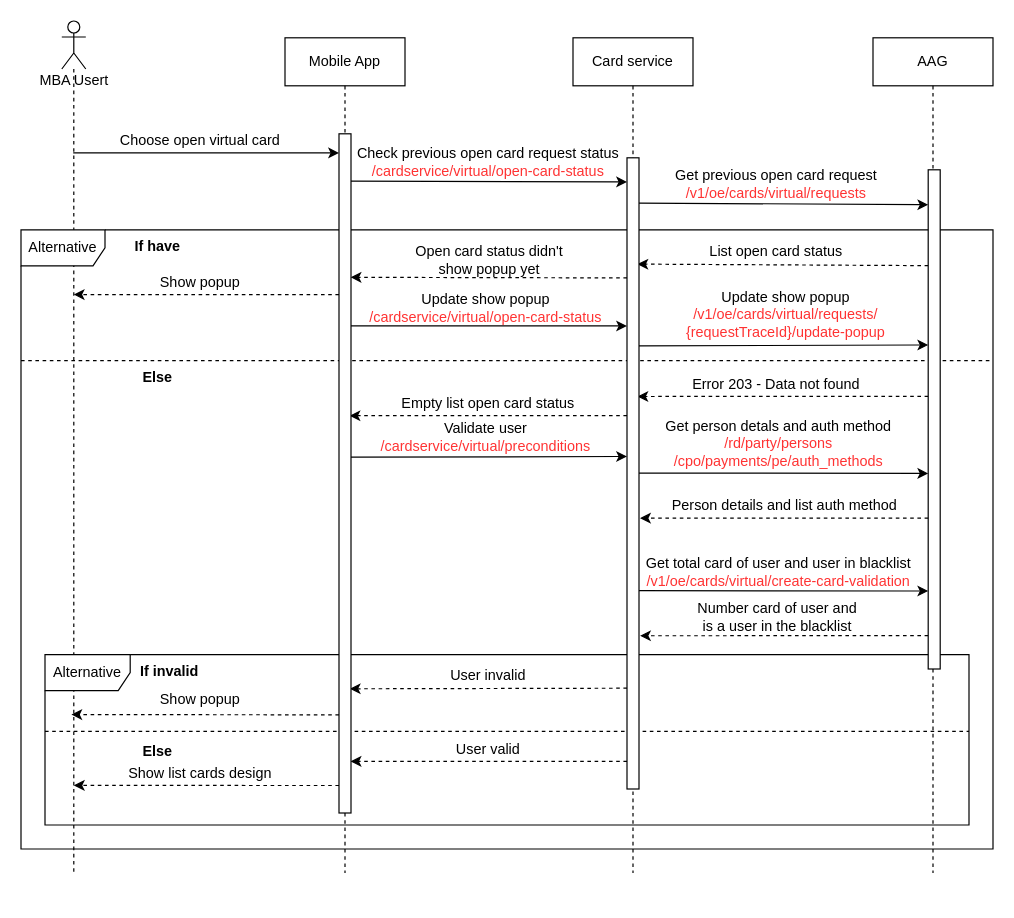
lyminh1994/diagram keeps this draw.io diagram as page "Open-card" (2 of 15) of Sequence Diagram.drawio. Above is the earlier version. Source tidied: cells renumbered, new cells numbered last; positions are measured from the earlier drawing's top-left corner, leaving out a move shared by most shapes. Both pictures are drawn from the tidied source at 120%, with x=0, y=0 at pixel (20, 20).
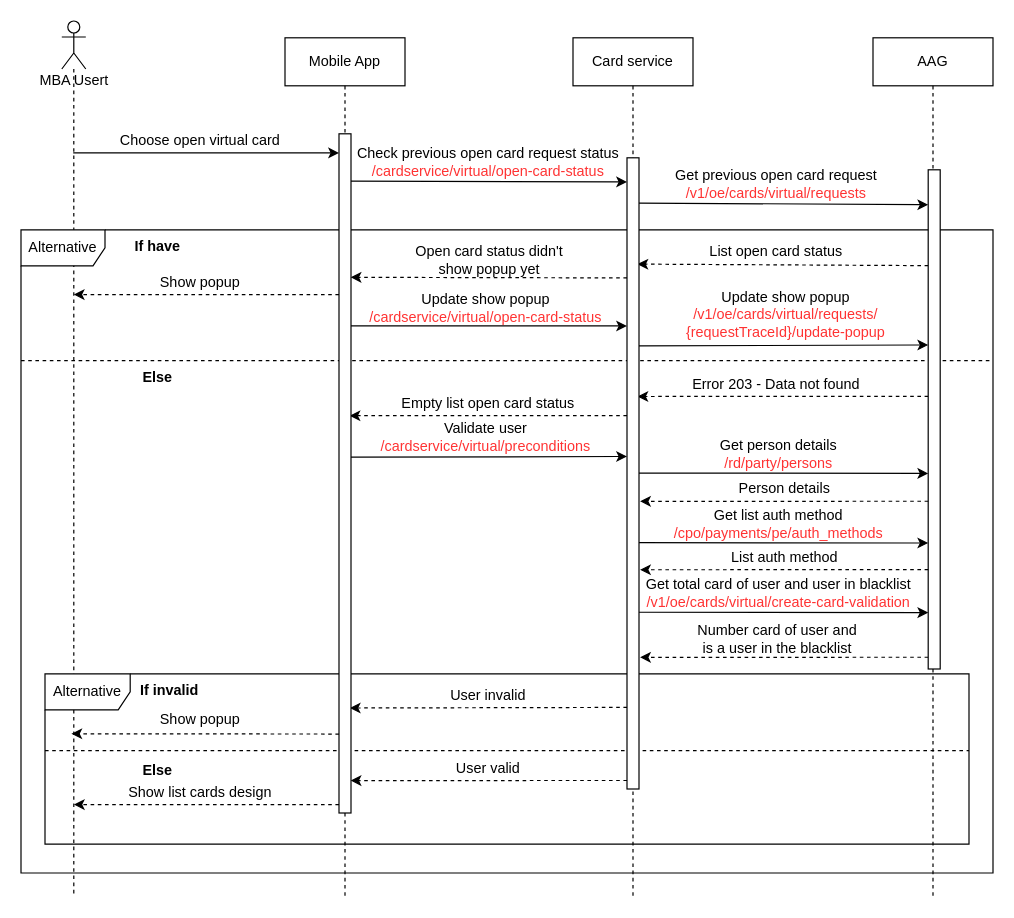
Above is the later version.

Change to the diagram source:
```diff
@@
     <mxCell id="3" value="MBA Usert" style="shape=umlLifeline;participant=umlActor;perimeter=lifelinePerimeter;html=1;verticalAlign=top;spacingTop=36;strokeColor=#000000;strokeWidth=1;fillColor=none;size=40;" parent="1" vertex="1">
-      <mxGeometry x="34" width="20" height="710" as="geometry" />
+      <mxGeometry x="34" width="20" height="730" as="geometry" />
     </mxCell>
     <mxCell id="4" value="&lt;span&gt;Mobile App&lt;/span&gt;" style="shape=umlLifeline;perimeter=lifelinePerimeter;whiteSpace=wrap;html=1;rounded=0;shadow=0;strokeColor=#000000;strokeWidth=1;fillColor=none;verticalAlign=middle;" parent="1" vertex="1">
-      <mxGeometry x="220" y="14" width="100" height="696" as="geometry" />
+      <mxGeometry x="220" y="14" width="100" height="716" as="geometry" />
     </mxCell>
     <mxCell id="5" value="&lt;span&gt;Card service&lt;/span&gt;" style="shape=umlLifeline;perimeter=lifelinePerimeter;whiteSpace=wrap;html=1;rounded=0;shadow=0;strokeColor=#000000;strokeWidth=1;fillColor=none;verticalAlign=middle;" parent="1" vertex="1">
-      <mxGeometry x="460" y="14" width="100" height="696" as="geometry" />
+      <mxGeometry x="460" y="14" width="100" height="716" as="geometry" />
     </mxCell>
     <mxCell id="6" value="AAG" style="shape=umlLifeline;perimeter=lifelinePerimeter;whiteSpace=wrap;html=1;" parent="1" vertex="1">
-      <mxGeometry x="710" y="14" width="100" height="696" as="geometry" />
+      <mxGeometry x="710" y="14" width="100" height="716" as="geometry" />
     </mxCell>
     <mxCell id="7" value="Alternative" style="shape=umlFrame;whiteSpace=wrap;html=1;fontSize=12;verticalAlign=middle;width=70;height=30;" parent="1" vertex="1">
-      <mxGeometry y="174" width="810" height="516" as="geometry" />
+      <mxGeometry y="174" width="810" height="536" as="geometry" />
     </mxCell>
     <mxCell id="8" value="Alternative" style="shape=umlFrame;whiteSpace=wrap;html=1;fontSize=12;verticalAlign=middle;width=71;height=30;" parent="1" vertex="1">
-      <mxGeometry x="20" y="528" width="770" height="142" as="geometry" />
+      <mxGeometry x="20" y="544" width="770" height="142" as="geometry" />
     </mxCell>
@@
     <mxCell id="10" style="line;strokeWidth=1;fillColor=none;align=left;verticalAlign=middle;spacingTop=-1;spacingLeft=3;spacingRight=3;labelPosition=right;fontSize=12;dashed=1;" parent="1" vertex="1">
-      <mxGeometry x="20" y="588" width="770" height="8" as="geometry" />
+      <mxGeometry x="20" y="604" width="770" height="8" as="geometry" />
     </mxCell>
@@
     <mxCell id="13" value="Get total card of user and user in blacklist&lt;br&gt;&lt;font color=&quot;#ff3333&quot;&gt;/v1/oe/cards/virtual/create-card-validation&lt;/font&gt;" style="text;html=1;align=center;verticalAlign=middle;strokeColor=none;fontSize=12;" parent="1" vertex="1">
-      <mxGeometry x="511" y="444" width="240" height="30" as="geometry" />
+      <mxGeometry x="511" y="462" width="240" height="30" as="geometry" />
     </mxCell>
     <mxCell id="14" value="Number card of user and &lt;br&gt;is a user in the blacklist" style="text;html=1;align=center;verticalAlign=middle;strokeColor=none;fontSize=12;" parent="1" vertex="1">
-      <mxGeometry x="555" y="482" width="150" height="30" as="geometry" />
+      <mxGeometry x="555" y="500" width="150" height="30" as="geometry" />
     </mxCell>
     <mxCell id="15" value="User invalid" style="text;html=1;align=center;verticalAlign=middle;strokeColor=none;fontSize=12;" parent="1" vertex="1">
-      <mxGeometry x="349.4" y="536" width="80" height="20" as="geometry" />
+      <mxGeometry x="349.4" y="552" width="80" height="20" as="geometry" />
     </mxCell>
     <mxCell id="16" value="Show popup" style="text;html=1;align=center;verticalAlign=middle;strokeColor=none;fontSize=12;" parent="1" vertex="1">
-      <mxGeometry x="109" y="556" width="80" height="20" as="geometry" />
+      <mxGeometry x="109" y="572" width="80" height="20" as="geometry" />
     </mxCell>
     <mxCell id="17" value="Show list cards design" style="text;html=1;align=center;verticalAlign=middle;strokeColor=none;fontSize=12;" parent="1" vertex="1">
-      <mxGeometry x="84" y="617" width="130" height="20" as="geometry" />
+      <mxGeometry x="84" y="633" width="130" height="20" as="geometry" />
     </mxCell>
@@
     <mxCell id="23" value="User valid" style="text;html=1;align=center;verticalAlign=middle;strokeColor=none;fontSize=12;" parent="1" vertex="1">
-      <mxGeometry x="354.4" y="597" width="70" height="20" as="geometry" />
+      <mxGeometry x="354.4" y="613" width="70" height="20" as="geometry" />
     </mxCell>
@@
     <mxCell id="27" style="edgeStyle=none;rounded=0;orthogonalLoop=1;jettySize=auto;html=1;entryX=0.028;entryY=0.25;entryDx=0;entryDy=0;entryPerimeter=0;dashed=1;fontSize=12;exitX=0;exitY=0.655;exitDx=0;exitDy=0;exitPerimeter=0;" parent="1" edge="1">
       <mxGeometry relative="1" as="geometry">
-        <mxPoint x="265" y="578.2" as="sourcePoint" />
-        <mxPoint x="42" y="578" as="targetPoint" />
+        <mxPoint x="265" y="594.2" as="sourcePoint" />
+        <mxPoint x="42" y="594" as="targetPoint" />
       </mxGeometry>
     </mxCell>
     <mxCell id="28" style="edgeStyle=none;rounded=0;orthogonalLoop=1;jettySize=auto;html=1;entryX=0.028;entryY=0.95;entryDx=0;entryDy=0;entryPerimeter=0;dashed=1;fontSize=12;exitX=0;exitY=0.761;exitDx=0;exitDy=0;exitPerimeter=0;" parent="1" edge="1">
       <mxGeometry relative="1" as="geometry">
-        <mxPoint x="265" y="637.1" as="sourcePoint" />
-        <mxPoint x="44.1" y="637" as="targetPoint" />
+        <mxPoint x="265" y="653.1" as="sourcePoint" />
+        <mxPoint x="44.1" y="653" as="targetPoint" />
       </mxGeometry>
     </mxCell>
@@
     <mxCell id="32" style="edgeStyle=none;rounded=0;orthogonalLoop=1;jettySize=auto;html=1;entryX=0;entryY=0.526;entryDx=0;entryDy=0;entryPerimeter=0;fontSize=12;" parent="1" edge="1">
       <mxGeometry relative="1" as="geometry">
-        <mxPoint x="515" y="474.7" as="sourcePoint" />
-        <mxPoint x="756" y="475" as="targetPoint" />
+        <mxPoint x="515" y="492.7" as="sourcePoint" />
+        <mxPoint x="756" y="493" as="targetPoint" />
       </mxGeometry>
     </mxCell>
     <mxCell id="33" style="edgeStyle=none;rounded=0;orthogonalLoop=1;jettySize=auto;html=1;entryX=0.9;entryY=0.403;entryDx=0;entryDy=0;entryPerimeter=0;dashed=1;fontSize=12;exitX=0;exitY=0.624;exitDx=0;exitDy=0;exitPerimeter=0;" parent="1" edge="1">
       <mxGeometry relative="1" as="geometry">
-        <mxPoint x="505" y="556" as="sourcePoint" />
-        <mxPoint x="274" y="556.5" as="targetPoint" />
+        <mxPoint x="505" y="572" as="sourcePoint" />
+        <mxPoint x="274" y="572.5" as="targetPoint" />
       </mxGeometry>
     </mxCell>
     <mxCell id="34" style="edgeStyle=none;rounded=0;orthogonalLoop=1;jettySize=auto;html=1;entryX=0.971;entryY=0.475;entryDx=0;entryDy=0;entryPerimeter=0;dashed=1;fontSize=12;exitX=0;exitY=0.742;exitDx=0;exitDy=0;exitPerimeter=0;" parent="1" edge="1">
       <mxGeometry relative="1" as="geometry">
-        <mxPoint x="505" y="616.9" as="sourcePoint" />
-        <mxPoint x="274.7" y="617" as="targetPoint" />
+        <mxPoint x="505" y="632.9" as="sourcePoint" />
+        <mxPoint x="274.7" y="633" as="targetPoint" />
       </mxGeometry>
     </mxCell>
     <mxCell id="35" style="edgeStyle=none;rounded=0;orthogonalLoop=1;jettySize=auto;html=1;entryX=1.086;entryY=0.293;entryDx=0;entryDy=0;entryPerimeter=0;fontSize=12;dashed=1;exitX=0;exitY=0.573;exitDx=0;exitDy=0;exitPerimeter=0;" parent="1" edge="1">
       <mxGeometry relative="1" as="geometry">
-        <mxPoint x="756" y="512.2" as="sourcePoint" />
-        <mxPoint x="515.9" y="512.3" as="targetPoint" />
+        <mxPoint x="756" y="530.2" as="sourcePoint" />
+        <mxPoint x="515.9" y="530.3" as="targetPoint" />
       </mxGeometry>
     </mxCell>
@@
     <mxCell id="39" value="If invalid" style="text;align=center;fontStyle=1;verticalAlign=middle;spacingLeft=3;spacingRight=3;strokeColor=none;dashed=1;fontSize=12;" parent="1" vertex="1">
-      <mxGeometry x="84" y="528" width="80" height="26" as="geometry" />
+      <mxGeometry x="84" y="544" width="80" height="26" as="geometry" />
     </mxCell>
     <mxCell id="40" value="Else" style="text;align=center;fontStyle=1;verticalAlign=middle;spacingLeft=3;spacingRight=3;strokeColor=none;dashed=1;fontSize=12;" parent="1" vertex="1">
-      <mxGeometry x="74" y="595" width="80" height="26" as="geometry" />
+      <mxGeometry x="74" y="611" width="80" height="26" as="geometry" />
     </mxCell>
@@
-    <mxCell id="47" value="Get person detals and auth method&lt;br&gt;&lt;font color=&quot;#ff3333&quot;&gt;/rd/party/persons&lt;br&gt;/cpo/payments/pe/auth_methods&lt;/font&gt;" style="text;html=1;align=center;verticalAlign=middle;strokeColor=none;fontSize=12;" parent="1" vertex="1">
-      <mxGeometry x="531" y="327" width="200" height="50" as="geometry" />
+    <mxCell id="47" value="Get person details&lt;br&gt;&lt;font color=&quot;#ff3333&quot;&gt;/rd/party/persons&lt;br&gt;&lt;/font&gt;" style="text;html=1;align=center;verticalAlign=middle;strokeColor=none;fontSize=12;" parent="1" vertex="1">
+      <mxGeometry x="576" y="346" width="110" height="30" as="geometry" />
     </mxCell>
-    <mxCell id="48" value="Person details and list auth method" style="text;html=1;align=center;verticalAlign=middle;strokeColor=none;fontSize=12;" parent="1" vertex="1">
-      <mxGeometry x="536" y="394" width="200" height="20" as="geometry" />
+    <mxCell id="48" value="Person details" style="text;html=1;align=center;verticalAlign=middle;strokeColor=none;fontSize=12;" parent="1" vertex="1">
+      <mxGeometry x="591" y="380" width="90" height="20" as="geometry" />
     </mxCell>
@@
     <mxCell id="50" style="edgeStyle=none;rounded=0;orthogonalLoop=1;jettySize=auto;html=1;entryX=1.086;entryY=0.293;entryDx=0;entryDy=0;entryPerimeter=0;fontSize=12;dashed=1;exitX=0;exitY=0.573;exitDx=0;exitDy=0;exitPerimeter=0;" parent="1" edge="1">
       <mxGeometry relative="1" as="geometry">
-        <mxPoint x="756" y="414.2" as="sourcePoint" />
-        <mxPoint x="515.9" y="414.3" as="targetPoint" />
+        <mxPoint x="756" y="400.2" as="sourcePoint" />
+        <mxPoint x="515.9" y="400.3" as="targetPoint" />
       </mxGeometry>
     </mxCell>
@@
+    <mxCell id="55" value="Get list auth method&lt;br&gt;&lt;font color=&quot;#ff3333&quot;&gt;/cpo/payments/pe/auth_methods&lt;/font&gt;" style="text;html=1;align=center;verticalAlign=middle;strokeColor=none;fontSize=12;" parent="1" vertex="1">
+      <mxGeometry x="536" y="404" width="190" height="30" as="geometry" />
+    </mxCell>
+    <mxCell id="56" value="List auth method" style="text;html=1;align=center;verticalAlign=middle;strokeColor=none;fontSize=12;" parent="1" vertex="1">
+      <mxGeometry x="586" y="437" width="100" height="20" as="geometry" />
+    </mxCell>
+    <mxCell id="57" style="edgeStyle=none;rounded=0;orthogonalLoop=1;jettySize=auto;html=1;entryX=0;entryY=0.526;entryDx=0;entryDy=0;entryPerimeter=0;fontSize=12;" parent="1" edge="1">
+      <mxGeometry relative="1" as="geometry">
+        <mxPoint x="515" y="434.7" as="sourcePoint" />
+        <mxPoint x="756" y="435" as="targetPoint" />
+      </mxGeometry>
+    </mxCell>
+    <mxCell id="58" style="edgeStyle=none;rounded=0;orthogonalLoop=1;jettySize=auto;html=1;entryX=1.086;entryY=0.293;entryDx=0;entryDy=0;entryPerimeter=0;fontSize=12;dashed=1;exitX=0;exitY=0.573;exitDx=0;exitDy=0;exitPerimeter=0;" parent="1" edge="1">
+      <mxGeometry relative="1" as="geometry">
+        <mxPoint x="756" y="457.2" as="sourcePoint" />
+        <mxPoint x="515.9" y="457.3" as="targetPoint" />
+      </mxGeometry>
+    </mxCell>
```
